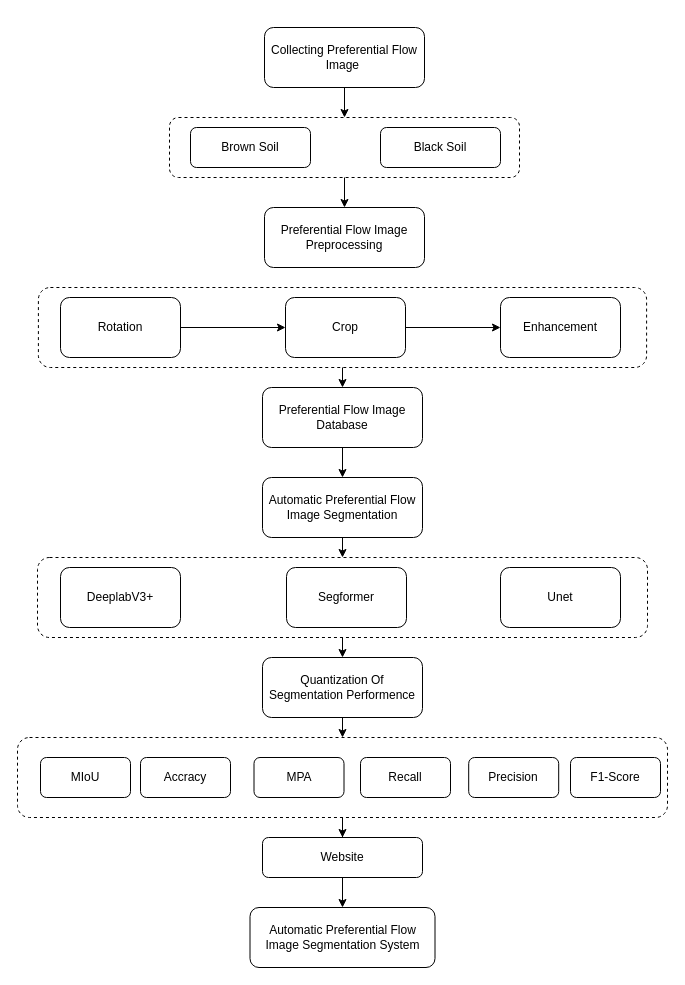
Earlier version of the draw.io diagram 未命名绘图.drawio (lhy-nw1217/Draw). Source tidied: cells renumbered, new cells numbered last; positions are measured from the earlier drawing's top-left corner, leaving out a move shared by most shapes. Both pictures are drawn from the tidied source at 100%, with x=0, y=0 at pixel (17, 27).
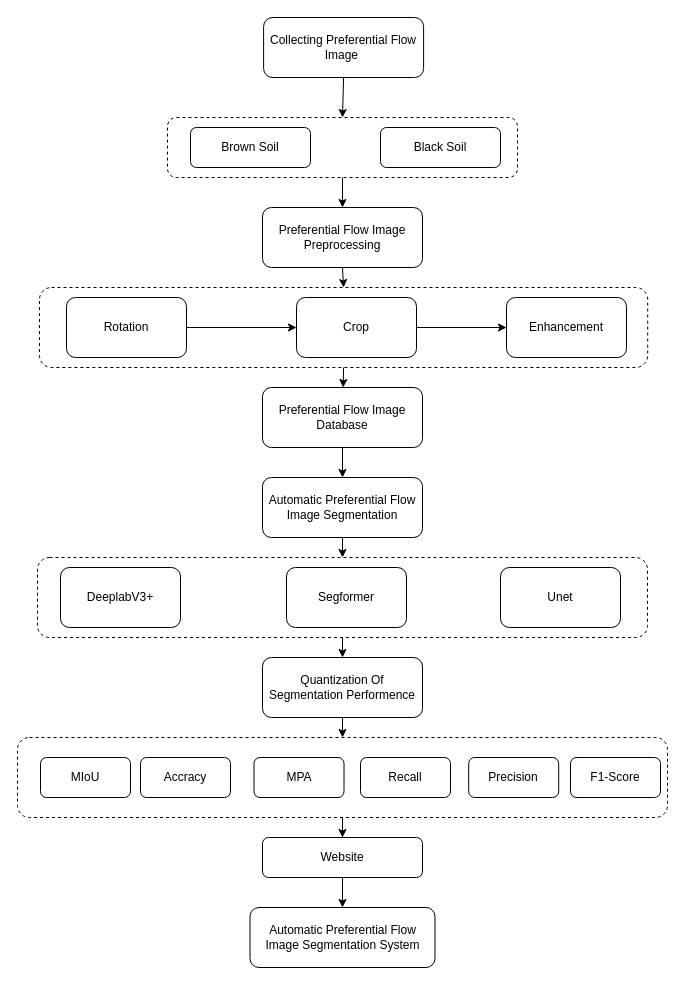
The same diagram, later.

Commit message:
Update 未命名绘图.drawio

Change to the diagram source:
```diff
@@
     <mxCell id="2" style="rounded=1;whiteSpace=wrap;html=1;dashed=1;" parent="1" vertex="1">
-      <mxGeometry x="20.9" y="260" width="608.2" height="80" as="geometry" />
+      <mxGeometry x="22" y="260" width="608.2" height="80" as="geometry" />
     </mxCell>
@@
     <mxCell id="4" value="Rotation" style="rounded=1;whiteSpace=wrap;html=1;" parent="1" vertex="1">
-      <mxGeometry x="43" y="270" width="120" height="60" as="geometry" />
+      <mxGeometry x="49" y="270" width="120" height="60" as="geometry" />
     </mxCell>
@@
     <mxCell id="6" value="Crop" style="rounded=1;whiteSpace=wrap;html=1;" parent="1" vertex="1">
-      <mxGeometry x="268" y="270" width="120" height="60" as="geometry" />
+      <mxGeometry x="279" y="270" width="120" height="60" as="geometry" />
     </mxCell>
     <mxCell id="7" value="Enhancement" style="rounded=1;whiteSpace=wrap;html=1;" parent="1" vertex="1">
-      <mxGeometry x="483" y="270" width="120" height="60" as="geometry" />
+      <mxGeometry x="489" y="270" width="120" height="60" as="geometry" />
     </mxCell>
@@
     <mxCell id="17" value="Preferential Flow Image Preprocessing" style="rounded=1;whiteSpace=wrap;html=1;" parent="1" vertex="1">
-      <mxGeometry x="247" y="180" width="160" height="60" as="geometry" />
+      <mxGeometry x="245" y="180" width="160" height="60" as="geometry" />
     </mxCell>
@@
     <mxCell id="29" value="Collecting Preferential Flow Image&amp;nbsp;" style="rounded=1;whiteSpace=wrap;html=1;" parent="1" vertex="1">
-      <mxGeometry x="247" width="160" height="60" as="geometry" />
+      <mxGeometry x="246.1" y="-10" width="160" height="60" as="geometry" />
     </mxCell>
     <mxCell id="30" style="rounded=1;whiteSpace=wrap;html=1;dashed=1;" parent="1" vertex="1">
-      <mxGeometry x="152" y="90" width="350" height="60" as="geometry" />
+      <mxGeometry x="150" y="90" width="350" height="60" as="geometry" />
     </mxCell>
@@
-    <mxCell id="33" style="endArrow=classic;html=1;rounded=0;exitX=0.5;exitY=1;exitDx=0;exitDy=0;entryX=0.5;entryY=0;entryDx=0;entryDy=0;" parent="1" edge="1" source="29" target="30">
-      <mxGeometry relative="1" as="geometry" />
-    </mxCell>
@@
+    <mxCell id="39" style="endArrow=classic;html=1;rounded=0;exitX=0.5;exitY=1;exitDx=0;exitDy=0;entryX=0.5;entryY=0;entryDx=0;entryDy=0;" parent="1" edge="1" source="17" target="2">
+      <mxGeometry relative="1" as="geometry" />
+    </mxCell>
+    <mxCell id="33" style="endArrow=classic;html=1;rounded=0;exitX=0.5;exitY=1;exitDx=0;exitDy=0;entryX=0.5;entryY=0;entryDx=0;entryDy=0;" parent="1" edge="1" source="29" target="30">
+      <mxGeometry relative="1" as="geometry" />
+    </mxCell>
```
